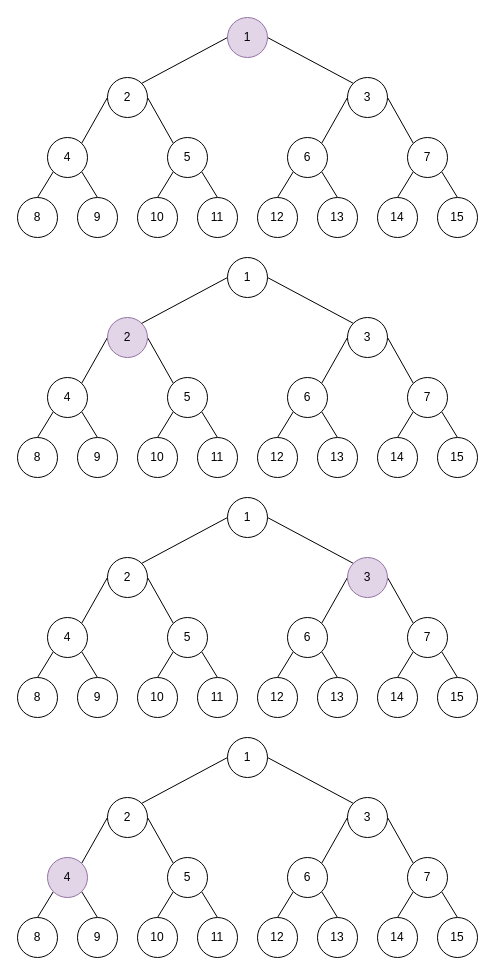
Earlier version of the draw.io diagram drawio/breadth_first_search_flowchart.drawio (Daniel-March-Portfolio/.github). Source tidied: cells renumbered, new cells numbered last; positions are measured from the earlier drawing's top-left corner, leaving out a move shared by most shapes. Both pictures are drawn from the tidied source at 100%, with x=0, y=0 at pixel (17, 17).
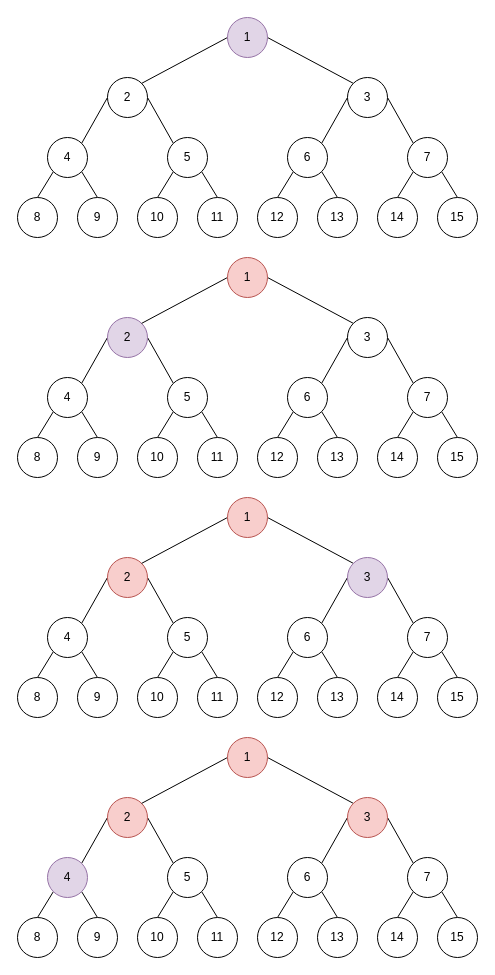
Above is the later version.

The edit, as a diff of the source:
```diff
@@
-    <mxCell id="46" value="1" style="ellipse;whiteSpace=wrap;html=1;" parent="1" vertex="1">
+    <mxCell id="46" value="1" style="ellipse;whiteSpace=wrap;html=1;fillColor=#f8cecc;strokeColor=#b85450;" parent="1" vertex="1">
       <mxGeometry x="210" y="240" width="40" height="40" as="geometry" />
     </mxCell>
@@
-    <mxCell id="62" value="2" style="ellipse;whiteSpace=wrap;html=1;" parent="1" vertex="1">
+    <mxCell id="62" value="2" style="ellipse;whiteSpace=wrap;html=1;fillColor=#f8cecc;strokeColor=#b85450;" parent="1" vertex="1">
       <mxGeometry x="90" y="540" width="40" height="40" as="geometry" />
     </mxCell>
@@
-    <mxCell id="75" value="1" style="ellipse;whiteSpace=wrap;html=1;" parent="1" vertex="1">
+    <mxCell id="75" value="1" style="ellipse;whiteSpace=wrap;html=1;fillColor=#f8cecc;strokeColor=#b85450;" parent="1" vertex="1">
       <mxGeometry x="210" y="480" width="40" height="40" as="geometry" />
     </mxCell>
@@
-    <mxCell id="91" value="2" style="ellipse;whiteSpace=wrap;html=1;" parent="1" vertex="1">
+    <mxCell id="91" value="2" style="ellipse;whiteSpace=wrap;html=1;fillColor=#f8cecc;strokeColor=#b85450;" parent="1" vertex="1">
       <mxGeometry x="90" y="780" width="40" height="40" as="geometry" />
     </mxCell>
@@
-    <mxCell id="104" value="1" style="ellipse;whiteSpace=wrap;html=1;" parent="1" vertex="1">
+    <mxCell id="104" value="1" style="ellipse;whiteSpace=wrap;html=1;fillColor=#f8cecc;strokeColor=#b85450;" parent="1" vertex="1">
       <mxGeometry x="210" y="720" width="40" height="40" as="geometry" />
     </mxCell>
@@
-    <mxCell id="107" value="3" style="ellipse;whiteSpace=wrap;html=1;" parent="1" vertex="1">
+    <mxCell id="107" value="3" style="ellipse;whiteSpace=wrap;html=1;fillColor=#f8cecc;strokeColor=#b85450;" parent="1" vertex="1">
       <mxGeometry x="330" y="780" width="40" height="40" as="geometry" />
     </mxCell>
```
